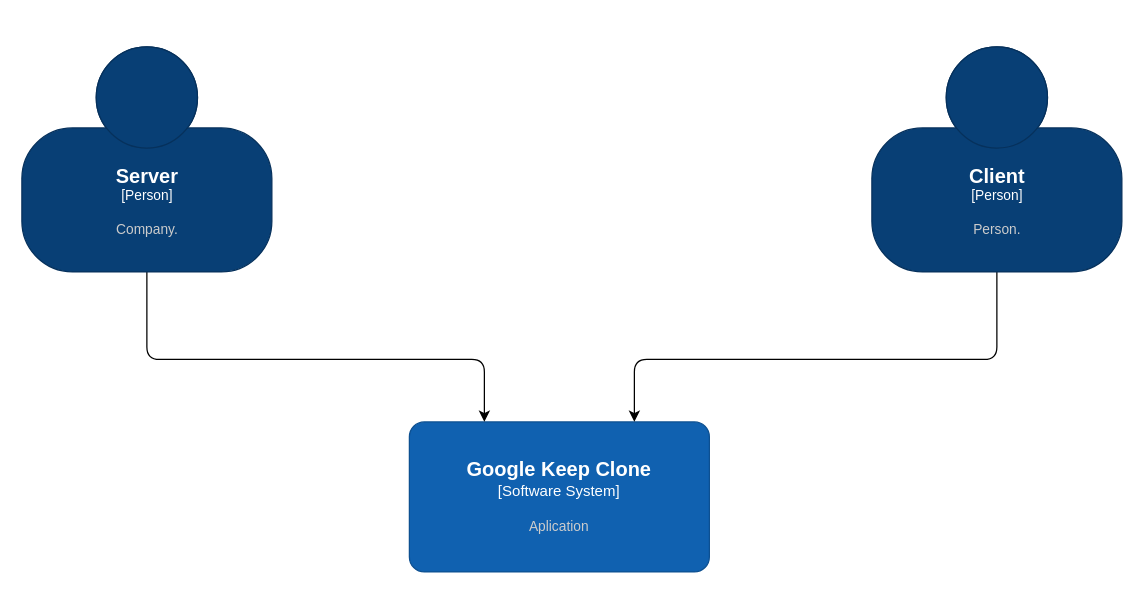
Before: diagrams/context.drawio in rrosas1198/google-keep-clone, a draw.io diagram. Source tidied: cells renumbered, new cells numbered last; positions are measured from the earlier drawing's top-left corner, leaving out a move shared by most shapes. Both pictures are drawn from the tidied source at 125%, with x=0, y=0 at pixel (21, 46).
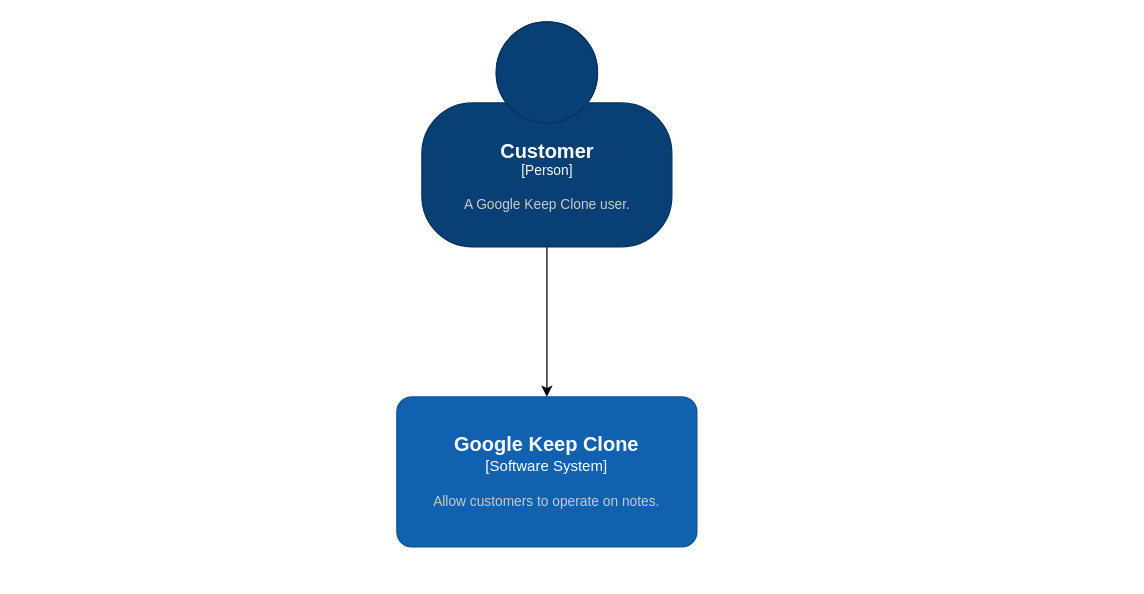
Above is the later version.

Commit message (it also covers changes not shown here):
feat(diagrams): container diagram created

Diff of the diagram source:
```diff
@@
 <mxGraphModel>
   <root>
     <mxCell id="0" />
     <mxCell id="1" parent="0" />
-    <object id="2" label="&lt;font style=&quot;font-size: 16px&quot;&gt;&lt;b&gt;%c4Name%&lt;/b&gt;&lt;/font&gt;&lt;div&gt;[%c4Type%]&lt;/div&gt;&lt;br&gt;&lt;div&gt;&lt;font style=&quot;font-size: 11px&quot;&gt;&lt;font color=&quot;#cccccc&quot;&gt;%c4Description%&lt;/font&gt;&lt;/div&gt;" c4Description="Aplication" c4Name="Google Keep Clone" c4Type="Software System" placeholders="1">
+    <object id="2" label="&lt;font style=&quot;font-size: 16px&quot;&gt;&lt;b&gt;%c4Name%&lt;/b&gt;&lt;/font&gt;&lt;div&gt;[%c4Type%]&lt;/div&gt;&lt;br&gt;&lt;div&gt;&lt;font style=&quot;font-size: 11px&quot;&gt;&lt;font color=&quot;#cccccc&quot;&gt;%c4Description%&lt;/font&gt;&lt;/div&gt;" c4Description="Allow customers to operate on notes." c4Name="Google Keep Clone" c4Type="Software System" placeholders="1">
       <mxCell style="rounded=1;whiteSpace=wrap;html=1;labelBackgroundColor=none;fillColor=#1061B0;fontColor=#ffffff;align=center;arcSize=10;strokeColor=#0D5091;points=[[0.25,0,0],[0.5,0,0],[0.75,0,0],[1,0.25,0],[1,0.5,0],[1,0.75,0],[0.75,1,0],[0.5,1,0],[0.25,1,0],[0,0.75,0],[0,0.5,0],[0,0.25,0]];" parent="1" vertex="1">
-        <mxGeometry x="310" y="300" width="240" height="120" as="geometry" />
+        <mxGeometry x="300" y="280" width="240" height="120" as="geometry" />
       </mxCell>
     </object>
-    <mxCell id="3" style="edgeStyle=none;html=1;exitX=0.5;exitY=1;exitDx=0;exitDy=0;exitPerimeter=0;entryX=0.75;entryY=0;entryDx=0;entryDy=0;entryPerimeter=0;" parent="1" edge="1" source="4" target="2">
-      <mxGeometry relative="1" as="geometry">
-        <Array as="points">
-          <mxPoint x="780" y="250" />
-          <mxPoint x="490" y="250" />
-        </Array>
-      </mxGeometry>
+    <mxCell id="3" style="edgeStyle=none;html=1;exitX=0.5;exitY=1;exitDx=0;exitDy=0;exitPerimeter=0;entryX=0.5;entryY=0;entryDx=0;entryDy=0;entryPerimeter=0;" parent="1" edge="1" source="4" target="2">
+      <mxGeometry relative="1" as="geometry" />
     </mxCell>
-    <object id="4" label="&lt;font style=&quot;font-size: 16px&quot;&gt;&lt;b&gt;%c4Name%&lt;/b&gt;&lt;/font&gt;&lt;div&gt;[%c4Type%]&lt;/div&gt;&lt;br&gt;&lt;div&gt;&lt;font style=&quot;font-size: 11px&quot;&gt;&lt;font color=&quot;#cccccc&quot;&gt;%c4Description%&lt;/font&gt;&lt;/div&gt;" c4Description="Person." c4Name="Client" c4Type="Person" placeholders="1">
+    <object id="4" label="&lt;font style=&quot;font-size: 16px&quot;&gt;&lt;b&gt;%c4Name%&lt;/b&gt;&lt;/font&gt;&lt;div&gt;[%c4Type%]&lt;/div&gt;&lt;br&gt;&lt;div&gt;&lt;font style=&quot;font-size: 11px&quot;&gt;&lt;font color=&quot;#cccccc&quot;&gt;%c4Description%&lt;/font&gt;&lt;/div&gt;" c4Description="A Google Keep Clone user." c4Name="Customer" c4Type="Person" placeholders="1">
       <mxCell style="html=1;fontSize=11;dashed=0;whitespace=wrap;fillColor=#083F75;strokeColor=#06315C;fontColor=#ffffff;shape=mxgraph.c4.person2;align=center;points=[[0.5,0,0],[1,0.5,0],[1,0.75,0],[0.75,1,0],[0.5,1,0],[0.25,1,0],[0,0.75,0],[0,0.5,0]];" parent="1" vertex="1">
-        <mxGeometry x="680" width="200" height="180" as="geometry" />
+        <mxGeometry x="320" y="-20" width="200" height="180" as="geometry" />
       </mxCell>
     </object>
-    <mxCell id="5" style="edgeStyle=none;html=1;exitX=0.5;exitY=1;exitDx=0;exitDy=0;exitPerimeter=0;entryX=0.25;entryY=0;entryDx=0;entryDy=0;entryPerimeter=0;" parent="1" edge="1" source="6" target="2">
-      <mxGeometry relative="1" as="geometry">
-        <Array as="points">
-          <mxPoint x="100" y="250" />
-          <mxPoint x="370" y="250" />
-        </Array>
-      </mxGeometry>
-    </mxCell>
-    <object id="6" label="&lt;font style=&quot;font-size: 16px&quot;&gt;&lt;b&gt;%c4Name%&lt;/b&gt;&lt;/font&gt;&lt;div&gt;[%c4Type%]&lt;/div&gt;&lt;br&gt;&lt;div&gt;&lt;font style=&quot;font-size: 11px&quot;&gt;&lt;font color=&quot;#cccccc&quot;&gt;%c4Description%&lt;/font&gt;&lt;/div&gt;" c4Description="Company." c4Name="Server" c4Type="Person" placeholders="1">
-      <mxCell style="html=1;fontSize=11;dashed=0;whitespace=wrap;fillColor=#083F75;strokeColor=#06315C;fontColor=#ffffff;shape=mxgraph.c4.person2;align=center;points=[[0.5,0,0],[1,0.5,0],[1,0.75,0],[0.75,1,0],[0.5,1,0],[0.25,1,0],[0,0.75,0],[0,0.5,0]];" parent="1" vertex="1">
-        <mxGeometry width="200" height="180" as="geometry" />
-      </mxCell>
-    </object>
   </root>
 </mxGraphModel>
```
